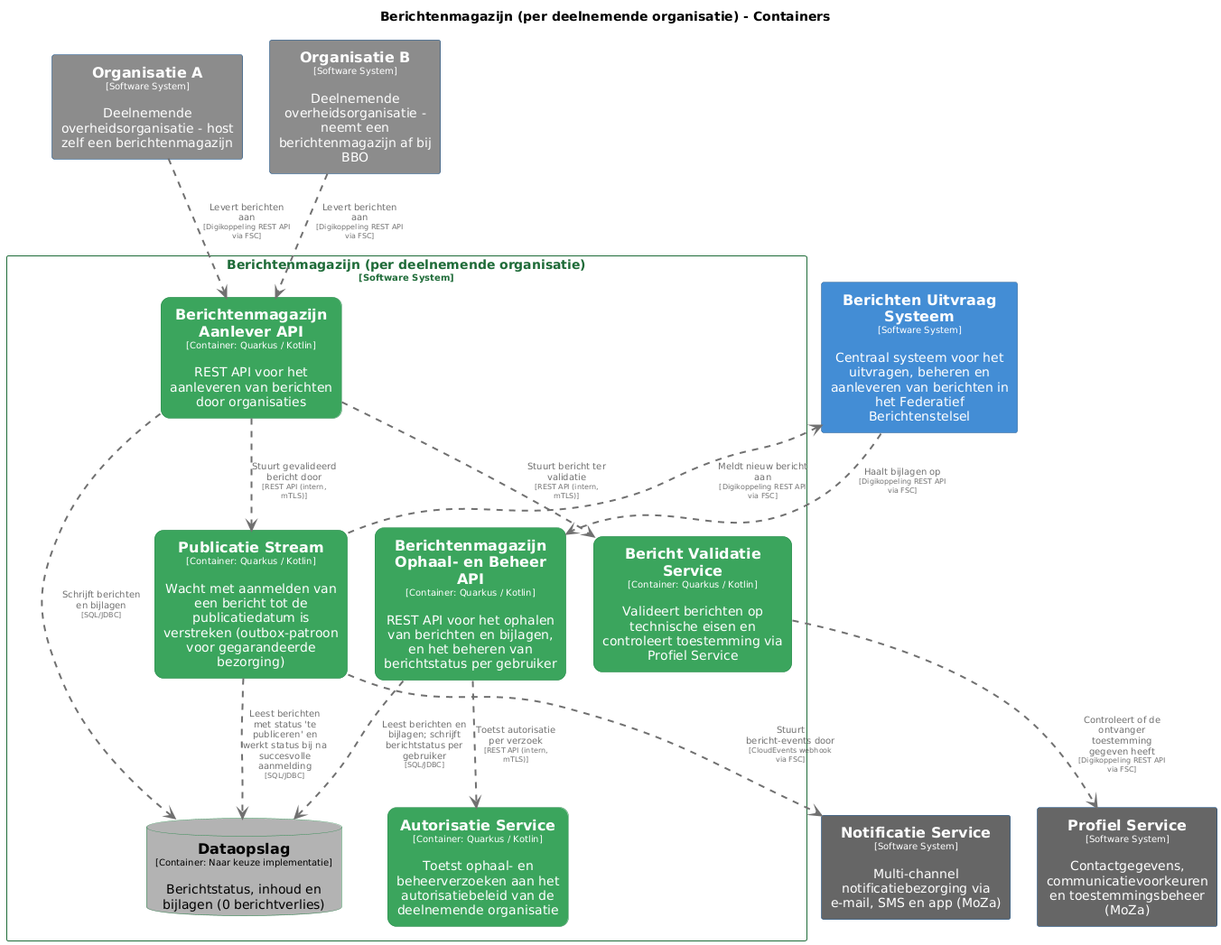
This is master/png/BerichtenmagazijnContainers.png from MinBZK/moza-poc-fbs-berichtenbox, a PlantUML export, as it was before one commit.
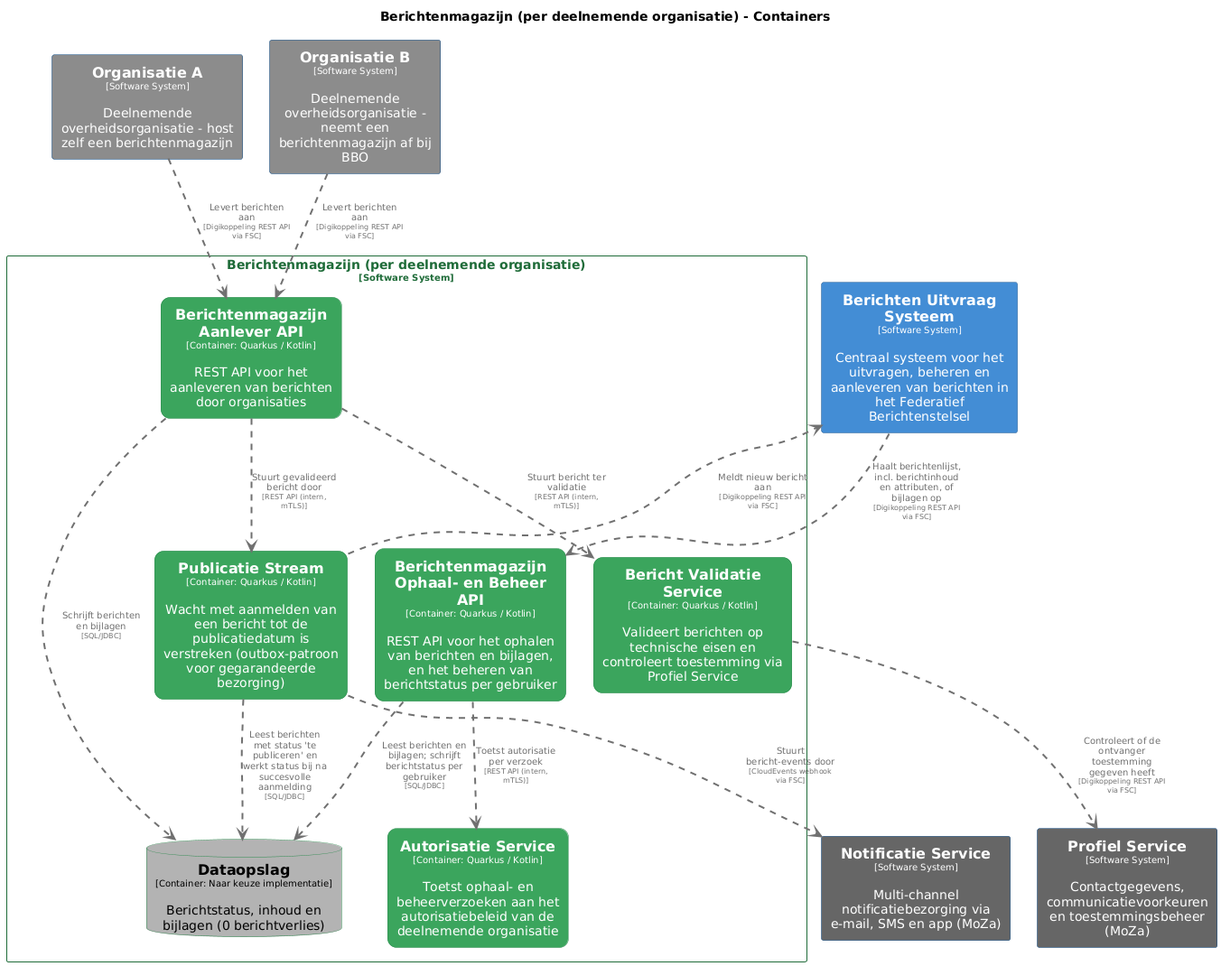
Above is the later version.

Diff of the diagram source:
```diff
@@ -118,5 +118,5 @@
 Berichtenmagazijnperdeelnemendeorganisatie.BerichtenmagazijnAanleverAPI .[#707070,thickness=2].> Berichtenmagazijnperdeelnemendeorganisatie.PublicatieStream : "<color:#707070>Stuurt gevalideerd bericht door\n<color:#707070><size:8>[REST API (intern, mTLS)]</size>"
 Berichtenmagazijnperdeelnemendeorganisatie.PublicatieStream .[#707070,thickness=2].> Berichtenmagazijnperdeelnemendeorganisatie.Dataopslag : "<color:#707070>Leest berichten met status 'te publiceren' en werkt status bij na succesvolle aanmelding\n<color:#707070><size:8>[SQL/JDBC]</size>"
 Berichtenmagazijnperdeelnemendeorganisatie.BerichtenmagazijnOphaalenBeheerAPI .[#707070,thickness=2].> Berichtenmagazijnperdeelnemendeorganisatie.AutorisatieService : "<color:#707070>Toetst autorisatie per verzoek\n<color:#707070><size:8>[REST API (intern, mTLS)]</size>"
-BerichtenUitvraagSysteem .[#707070,thickness=2].> Berichtenmagazijnperdeelnemendeorganisatie.BerichtenmagazijnOphaalenBeheerAPI : "<color:#707070>Haalt bijlagen op\n<color:#707070><size:8>[Digikoppeling REST API via FSC]</size>"
+BerichtenUitvraagSysteem .[#707070,thickness=2].> Berichtenmagazijnperdeelnemendeorganisatie.BerichtenmagazijnOphaalenBeheerAPI : "<color:#707070>Haalt berichtenlijst, incl. berichtinhoud en attributen, of bijlagen op\n<color:#707070><size:8>[Digikoppeling REST API via FSC]</size>"
 @enduml
```
